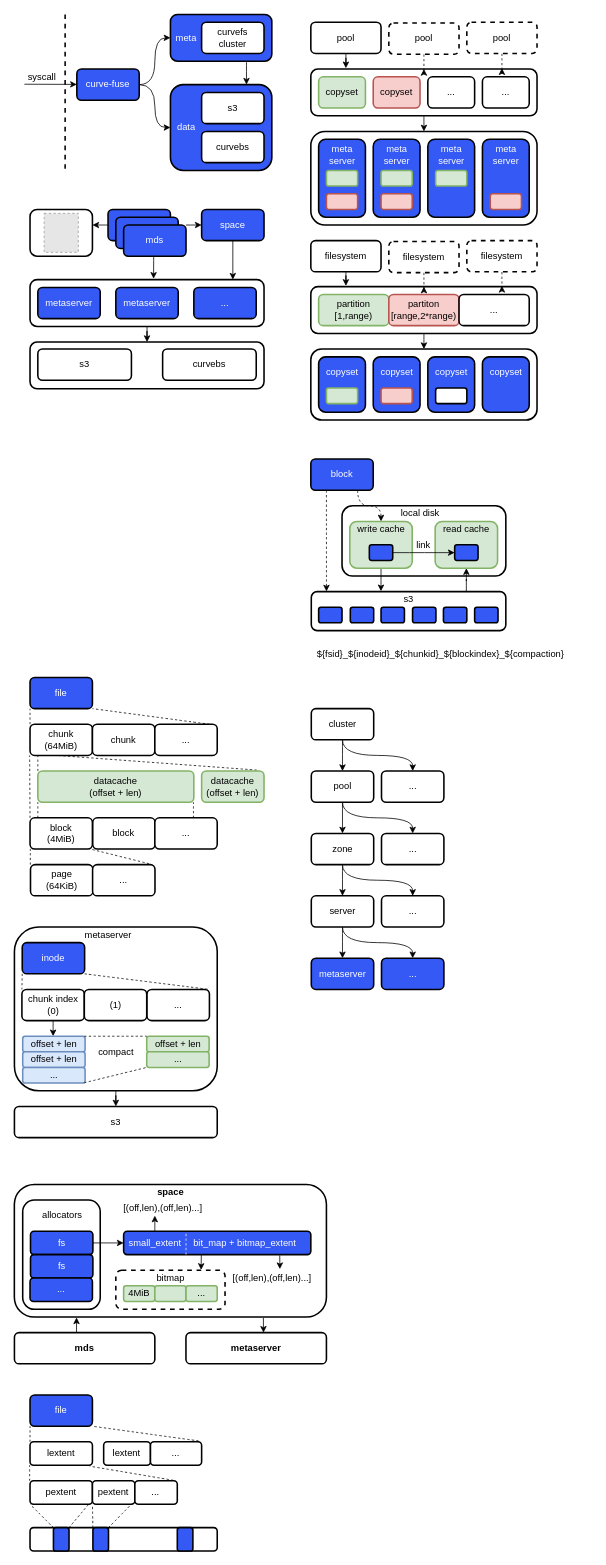
This is page "curvefs" (1 of 2) of curve/curve.drawio from EarthWind/deeparch, a draw.io file, before an edit. Source tidied: cells renumbered, new cells numbered last; positions are measured from the earlier drawing's top-left corner, leaving out a move shared by most shapes. Both pictures are drawn from the tidied source at 78%, with x=0, y=0 at pixel (14, 14). Pictures stored in the file or linked from it are replaced by grey dashed boxes.
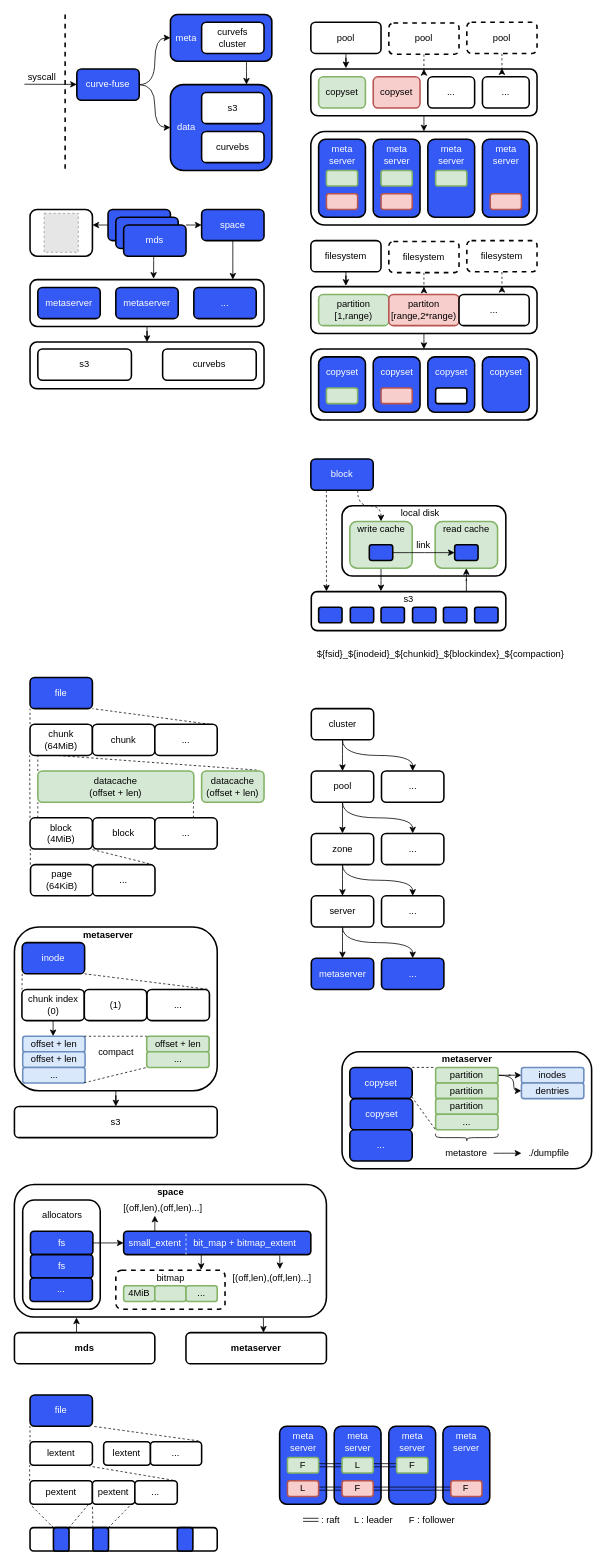
The same diagram, later.

What changed in the source:
```diff
@@
-    <mxCell id="162" value="metaserver" style="text;html=1;align=center;verticalAlign=middle;strokeColor=none;fillColor=none;fontColor=#000000;" parent="1" vertex="1">
+    <mxCell id="162" value="metaserver" style="text;html=1;align=center;verticalAlign=middle;strokeColor=none;fillColor=none;fontColor=#000000;fontStyle=1;" parent="1" vertex="1">
       <mxGeometry x="80" y="1170" width="80" height="20" as="geometry" />
     </mxCell>
@@
+    <mxCell id="211" style="rounded=1;whiteSpace=wrap;html=1;strokeWidth=2;fillWeight=1;hachureGap=4;hachureAngle=45;sketch=0;shadow=0;" parent="1" vertex="1">
+      <mxGeometry x="420" y="1330" width="320" height="150" as="geometry" />
+    </mxCell>
+    <mxCell id="212" value="copyset" style="rounded=1;whiteSpace=wrap;html=1;strokeWidth=2;fillWeight=1;hachureGap=4;hachureAngle=45;sketch=0;shadow=0;fillColor=#3459F4;fontColor=#FFFFFF;" parent="1" vertex="1">
+      <mxGeometry x="430" y="1350" width="80" height="40" as="geometry" />
+    </mxCell>
+    <mxCell id="213" value="metaserver" style="text;html=1;align=center;verticalAlign=middle;strokeColor=none;fillColor=none;fontColor=#000000;fontStyle=1;" parent="1" vertex="1">
+      <mxGeometry x="540" y="1330" width="80" height="20" as="geometry" />
+    </mxCell>
+    <mxCell id="214" value="copyset" style="rounded=1;whiteSpace=wrap;html=1;strokeWidth=2;fillWeight=1;hachureGap=4;hachureAngle=45;sketch=0;shadow=0;fillColor=#3459F4;fontColor=#FFFFFF;" parent="1" vertex="1">
+      <mxGeometry x="430.6" y="1390" width="80" height="40" as="geometry" />
+    </mxCell>
+    <mxCell id="215" value="..." style="rounded=1;whiteSpace=wrap;html=1;strokeWidth=2;fillWeight=1;hachureGap=4;hachureAngle=45;sketch=0;shadow=0;fillColor=#3459F4;fontColor=#FFFFFF;" parent="1" vertex="1">
+      <mxGeometry x="430" y="1430" width="80" height="40" as="geometry" />
+    </mxCell>
+    <mxCell id="216" style="edgeStyle=orthogonalEdgeStyle;rounded=0;jettySize=auto;html=1;entryX=0;entryY=0.5;entryDx=0;entryDy=0;curved=1;" parent="1" edge="1" source="218" target="224">
+      <mxGeometry relative="1" as="geometry" />
+    </mxCell>
+    <mxCell id="217" style="edgeStyle=orthogonalEdgeStyle;rounded=0;jettySize=auto;html=1;entryX=0;entryY=0.5;entryDx=0;entryDy=0;curved=1;" parent="1" edge="1" source="218" target="225">
+      <mxGeometry relative="1" as="geometry" />
+    </mxCell>
+    <mxCell id="218" value="partition" style="rounded=1;whiteSpace=wrap;html=1;strokeWidth=2;fillWeight=1;hachureGap=4;hachureAngle=45;sketch=0;shadow=0;fillColor=#d5e8d4;strokeColor=#82b366;" parent="1" vertex="1">
+      <mxGeometry x="540" y="1350" width="80" height="20" as="geometry" />
+    </mxCell>
+    <mxCell id="219" value="partition" style="rounded=1;whiteSpace=wrap;html=1;strokeWidth=2;fillWeight=1;hachureGap=4;hachureAngle=45;sketch=0;shadow=0;fillColor=#d5e8d4;strokeColor=#82b366;" parent="1" vertex="1">
+      <mxGeometry x="540" y="1370" width="80" height="20" as="geometry" />
+    </mxCell>
+    <mxCell id="220" value="partition" style="rounded=1;whiteSpace=wrap;html=1;strokeWidth=2;fillWeight=1;hachureGap=4;hachureAngle=45;sketch=0;shadow=0;fillColor=#d5e8d4;strokeColor=#82b366;" parent="1" vertex="1">
+      <mxGeometry x="540" y="1390" width="80" height="20" as="geometry" />
+    </mxCell>
+    <mxCell id="221" value="..." style="rounded=1;whiteSpace=wrap;html=1;strokeWidth=2;fillWeight=1;hachureGap=4;hachureAngle=45;sketch=0;shadow=0;fillColor=#d5e8d4;strokeColor=#82b366;" parent="1" vertex="1">
+      <mxGeometry x="540" y="1410" width="80" height="20" as="geometry" />
+    </mxCell>
+    <mxCell id="222" style="endArrow=none;dashed=1;html=1;rounded=0;entryX=0;entryY=0;entryDx=0;entryDy=0;exitX=1;exitY=0;exitDx=0;exitDy=0;" parent="1" edge="1" source="212" target="218">
+      <mxGeometry relative="1" as="geometry" />
+    </mxCell>
+    <mxCell id="223" style="endArrow=none;dashed=1;html=1;rounded=0;entryX=0;entryY=1;entryDx=0;entryDy=0;exitX=0.991;exitY=0.94;exitDx=0;exitDy=0;exitPerimeter=0;" parent="1" edge="1" source="212" target="221">
+      <mxGeometry relative="1" as="geometry" />
+    </mxCell>
+    <mxCell id="224" value="inodes" style="rounded=1;whiteSpace=wrap;html=1;strokeWidth=2;fillWeight=1;hachureGap=4;hachureAngle=45;sketch=0;shadow=0;fillColor=#dae8fc;strokeColor=#6c8ebf;" parent="1" vertex="1">
+      <mxGeometry x="650" y="1350" width="80" height="20" as="geometry" />
+    </mxCell>
+    <mxCell id="225" value="dentries" style="rounded=1;whiteSpace=wrap;html=1;strokeWidth=2;fillWeight=1;hachureGap=4;hachureAngle=45;sketch=0;shadow=0;fillColor=#dae8fc;strokeColor=#6c8ebf;" parent="1" vertex="1">
+      <mxGeometry x="650" y="1370" width="80" height="20" as="geometry" />
+    </mxCell>
+    <mxCell id="226" style="shape=curlyBracket;whiteSpace=wrap;html=1;rounded=1;flipH=1;rotation=90;" parent="1" vertex="1">
+      <mxGeometry x="575" y="1400" width="10" height="80" as="geometry" />
+    </mxCell>
+    <mxCell id="227" style="edgeStyle=orthogonalEdgeStyle;curved=1;rounded=0;jettySize=auto;html=1;" parent="1" edge="1" source="228" target="229">
+      <mxGeometry relative="1" as="geometry" />
+    </mxCell>
+    <mxCell id="228" value="metastore" style="text;html=1;align=center;verticalAlign=middle;points=[];strokeColor=none;fillColor=none;" parent="1" vertex="1">
+      <mxGeometry x="544.4" y="1450" width="70" height="20" as="geometry" />
+    </mxCell>
+    <mxCell id="229" value="./dumpfile" style="text;html=1;align=center;verticalAlign=middle;points=[];strokeColor=none;fillColor=none;" parent="1" vertex="1">
+      <mxGeometry x="650" y="1450" width="70" height="20" as="geometry" />
+    </mxCell>
+    <mxCell id="230" style="rounded=1;whiteSpace=wrap;html=1;strokeWidth=2;fillWeight=1;hachureGap=4;hachureAngle=45;fillColor=#3459F4;sketch=0;shadow=0;fontColor=#FFFFFF;" parent="1" vertex="1">
+      <mxGeometry x="340" y="1810" width="60" height="100" as="geometry" />
+    </mxCell>
+    <mxCell id="231" style="rounded=1;whiteSpace=wrap;html=1;strokeWidth=2;fillWeight=1;hachureGap=4;hachureAngle=45;fillColor=#3459F4;sketch=0;shadow=0;fontColor=#FFFFFF;" parent="1" vertex="1">
+      <mxGeometry x="410" y="1810" width="60" height="100" as="geometry" />
+    </mxCell>
+    <mxCell id="232" style="rounded=1;whiteSpace=wrap;html=1;strokeWidth=2;fillWeight=1;hachureGap=4;hachureAngle=45;fillColor=#3459F4;sketch=0;shadow=0;fontColor=#FFFFFF;" parent="1" vertex="1">
+      <mxGeometry x="480" y="1810" width="60" height="100" as="geometry" />
+    </mxCell>
+    <mxCell id="233" style="edgeStyle=orthogonalEdgeStyle;curved=1;rounded=0;jettySize=auto;html=1;entryX=0;entryY=0.5;entryDx=0;entryDy=0;startArrow=classic;startFill=1;shape=link;" parent="1" edge="1" source="234" target="236">
+      <mxGeometry relative="1" as="geometry" />
+    </mxCell>
+    <mxCell id="234" value="F" style="rounded=1;whiteSpace=wrap;html=1;strokeWidth=2;fillWeight=1;hachureGap=4;hachureAngle=45;sketch=0;shadow=0;fillColor=#d5e8d4;strokeColor=#82b366;" parent="1" vertex="1">
+      <mxGeometry x="350" y="1850" width="40" height="20" as="geometry" />
+    </mxCell>
+    <mxCell id="235" style="edgeStyle=orthogonalEdgeStyle;curved=1;rounded=0;jettySize=auto;html=1;entryX=0;entryY=0.5;entryDx=0;entryDy=0;startArrow=classic;startFill=1;shape=link;" parent="1" edge="1" source="236" target="237">
+      <mxGeometry relative="1" as="geometry" />
+    </mxCell>
+    <mxCell id="236" value="L" style="rounded=1;whiteSpace=wrap;html=1;strokeWidth=2;fillWeight=1;hachureGap=4;hachureAngle=45;sketch=0;shadow=0;fillColor=#d5e8d4;strokeColor=#82b366;" parent="1" vertex="1">
+      <mxGeometry x="420" y="1850" width="40" height="20" as="geometry" />
+    </mxCell>
+    <mxCell id="237" value="F" style="rounded=1;whiteSpace=wrap;html=1;strokeWidth=2;fillWeight=1;hachureGap=4;hachureAngle=45;sketch=0;shadow=0;fillColor=#d5e8d4;strokeColor=#82b366;" parent="1" vertex="1">
+      <mxGeometry x="490" y="1850" width="40" height="20" as="geometry" />
+    </mxCell>
+    <mxCell id="238" style="rounded=1;whiteSpace=wrap;html=1;strokeWidth=2;fillWeight=1;hachureGap=4;hachureAngle=45;fillColor=#3459F4;sketch=0;shadow=0;fontColor=#FFFFFF;" parent="1" vertex="1">
+      <mxGeometry x="549.4" y="1810" width="60" height="100" as="geometry" />
+    </mxCell>
+    <mxCell id="239" value="meta&lt;br&gt;server" style="text;html=1;align=center;verticalAlign=middle;strokeColor=none;fillColor=none;fontColor=#FFFFFF;" parent="1" vertex="1">
+      <mxGeometry x="345" y="1815" width="50" height="30" as="geometry" />
+    </mxCell>
+    <mxCell id="240" value="meta&lt;br&gt;server" style="text;html=1;align=center;verticalAlign=middle;strokeColor=none;fillColor=none;fontColor=#FFFFFF;" parent="1" vertex="1">
+      <mxGeometry x="415" y="1815" width="50" height="30" as="geometry" />
+    </mxCell>
+    <mxCell id="241" value="meta&lt;br&gt;server" style="text;html=1;align=center;verticalAlign=middle;strokeColor=none;fillColor=none;fontColor=#FFFFFF;" parent="1" vertex="1">
+      <mxGeometry x="485" y="1815" width="50" height="30" as="geometry" />
+    </mxCell>
+    <mxCell id="242" style="edgeStyle=orthogonalEdgeStyle;curved=1;rounded=0;jettySize=auto;html=1;entryX=0;entryY=0.5;entryDx=0;entryDy=0;startArrow=classic;startFill=1;shape=link;" parent="1" edge="1" source="243" target="245">
+      <mxGeometry relative="1" as="geometry" />
+    </mxCell>
+    <mxCell id="243" value="L" style="rounded=1;whiteSpace=wrap;html=1;strokeWidth=2;fillWeight=1;hachureGap=4;hachureAngle=45;sketch=0;shadow=0;fillColor=#f8cecc;strokeColor=#b85450;" parent="1" vertex="1">
+      <mxGeometry x="350" y="1880" width="40" height="20" as="geometry" />
+    </mxCell>
+    <mxCell id="244" style="edgeStyle=orthogonalEdgeStyle;curved=1;rounded=0;jettySize=auto;html=1;entryX=0;entryY=0.5;entryDx=0;entryDy=0;startArrow=classic;startFill=1;shape=link;" parent="1" edge="1" source="245" target="246">
+      <mxGeometry relative="1" as="geometry" />
+    </mxCell>
+    <mxCell id="245" value="F" style="rounded=1;whiteSpace=wrap;html=1;strokeWidth=2;fillWeight=1;hachureGap=4;hachureAngle=45;sketch=0;shadow=0;fillColor=#f8cecc;strokeColor=#b85450;" parent="1" vertex="1">
+      <mxGeometry x="420" y="1880" width="40" height="20" as="geometry" />
+    </mxCell>
+    <mxCell id="246" value="F" style="rounded=1;whiteSpace=wrap;html=1;strokeWidth=2;fillWeight=1;hachureGap=4;hachureAngle=45;sketch=0;shadow=0;fillColor=#f8cecc;strokeColor=#b85450;" parent="1" vertex="1">
+      <mxGeometry x="559.4" y="1880" width="40" height="20" as="geometry" />
+    </mxCell>
+    <mxCell id="247" value="meta&lt;br&gt;server" style="text;html=1;align=center;verticalAlign=middle;strokeColor=none;fillColor=none;fontColor=#FFFFFF;" parent="1" vertex="1">
+      <mxGeometry x="554.4" y="1815" width="50" height="30" as="geometry" />
+    </mxCell>
+    <mxCell id="248" style="edgeStyle=orthogonalEdgeStyle;curved=1;rounded=0;orthogonalLoop=1;jettySize=auto;html=1;startArrow=classic;startFill=1;shape=link;" parent="1" edge="1">
+      <mxGeometry relative="1" as="geometry">
+        <mxPoint x="370" y="1930" as="sourcePoint" />
+        <mxPoint x="390" y="1930" as="targetPoint" />
+        <Array as="points">
+          <mxPoint x="370" y="1930" />
+        </Array>
+      </mxGeometry>
+    </mxCell>
+    <mxCell id="249" value=": raft" style="text;html=1;align=center;verticalAlign=middle;strokeColor=none;fillColor=none;" parent="1" vertex="1">
+      <mxGeometry x="385" y="1920" width="40" height="20" as="geometry" />
+    </mxCell>
+    <mxCell id="250" value="L : leader" style="text;html=1;align=center;verticalAlign=middle;strokeColor=none;fillColor=none;" parent="1" vertex="1">
+      <mxGeometry x="425" y="1920" width="70" height="20" as="geometry" />
+    </mxCell>
+    <mxCell id="251" value="F : follower" style="text;html=1;align=center;verticalAlign=middle;strokeColor=none;fillColor=none;" parent="1" vertex="1">
+      <mxGeometry x="500" y="1920" width="70" height="20" as="geometry" />
+    </mxCell>
```
